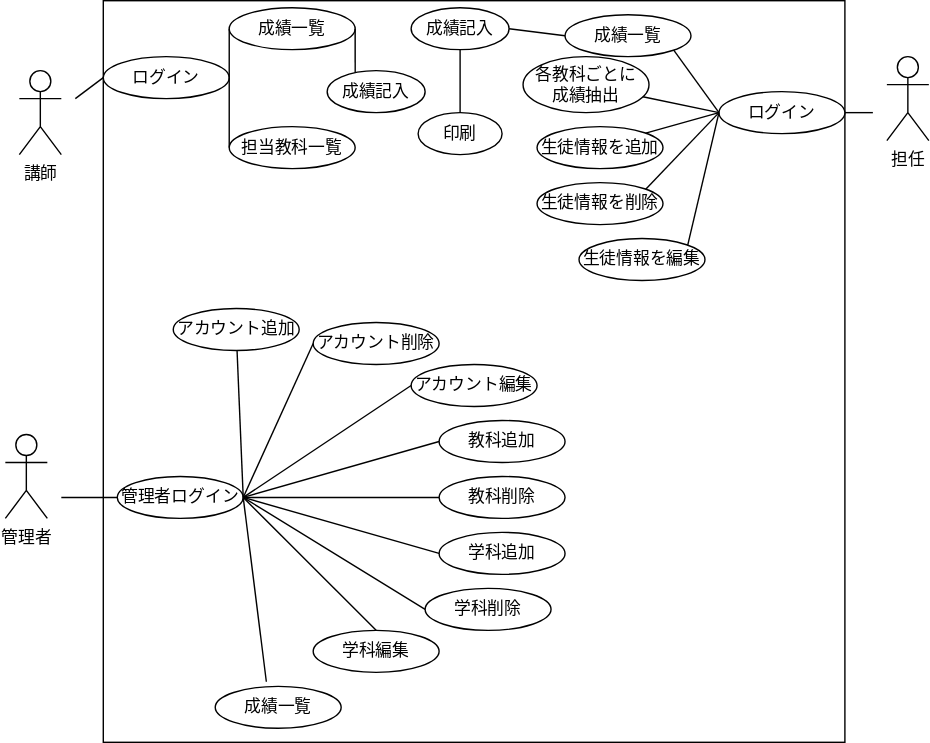
Earlier version of the draw.io export a.drawio.svg (nakamachiJP/uml-introduction). Source tidied: cells renumbered, new cells last; positions are measured from the earlier drawing's top-left corner, leaving out a move shared by most shapes.
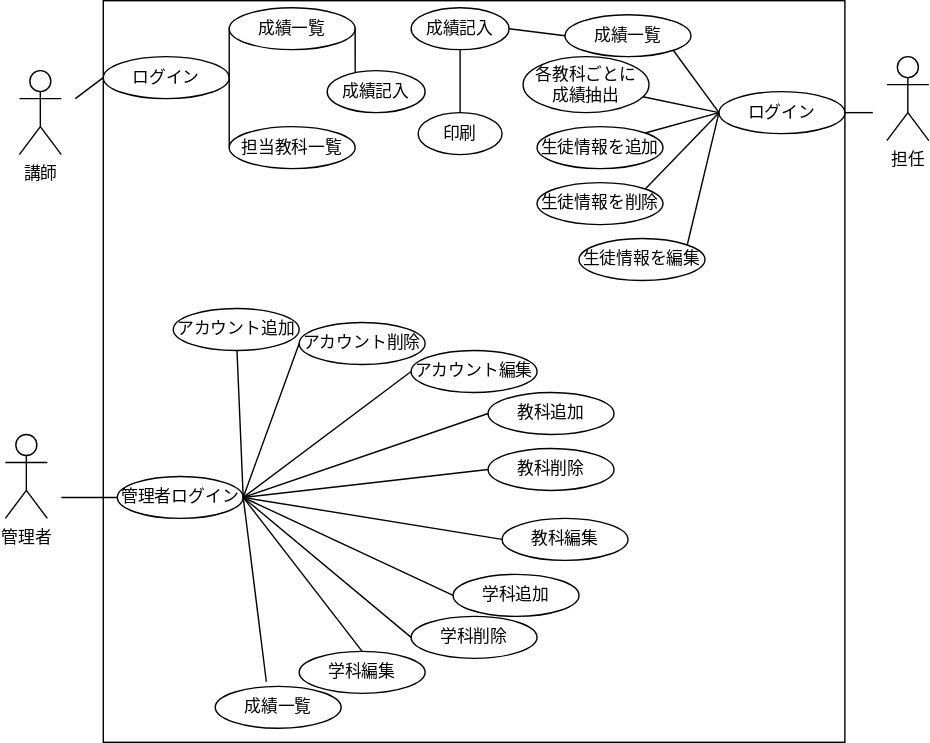
The same file after the commit.

What changed in the source:
```diff
@@ -29,13 +29,13 @@
       <mxGeometry x="120" y="220" width="90" height="30" as="geometry" />
     </mxCell>
     <mxCell id="10" value="アカウント削除" style="ellipse;whiteSpace=wrap;html=1;" parent="1" vertex="1">
-      <mxGeometry x="220" y="230" width="90" height="30" as="geometry" />
+      <mxGeometry x="210" y="230" width="90" height="30" as="geometry" />
     </mxCell>
     <mxCell id="11" value="アカウント編集" style="ellipse;whiteSpace=wrap;html=1;" parent="1" vertex="1">
-      <mxGeometry x="290" y="260" width="90" height="30" as="geometry" />
+      <mxGeometry x="290" y="250" width="90" height="30" as="geometry" />
     </mxCell>
     <mxCell id="12" value="教科追加" style="ellipse;whiteSpace=wrap;html=1;" parent="1" vertex="1">
-      <mxGeometry x="310" y="300" width="90" height="30" as="geometry" />
+      <mxGeometry x="345" y="280" width="90" height="30" as="geometry" />
     </mxCell>
     <mxCell id="13" value="生徒情報を追加" style="ellipse;whiteSpace=wrap;html=1;" parent="1" vertex="1">
       <mxGeometry x="380" y="90" width="90" height="30" as="geometry" />
@@ -87,7 +87,7 @@
       <mxGeometry x="410" y="170" width="90" height="30" as="geometry" />
     </mxCell>
     <mxCell id="28" value="学科追加" style="ellipse;whiteSpace=wrap;html=1;" parent="1" vertex="1">
-      <mxGeometry x="310" y="380" width="90" height="30" as="geometry" />
+      <mxGeometry x="320" y="410" width="90" height="30" as="geometry" />
     </mxCell>
     <mxCell id="29" style="endArrow=none;html=1;entryX=0;entryY=0.5;entryDx=0;entryDy=0;exitX=1;exitY=0.5;exitDx=0;exitDy=0;" parent="1" edge="1" source="7" target="12">
       <mxGeometry relative="1" as="geometry" />
@@ -96,10 +96,10 @@
       <mxGeometry relative="1" as="geometry" />
     </mxCell>
     <mxCell id="31" value="学科削除" style="ellipse;whiteSpace=wrap;html=1;" parent="1" vertex="1">
-      <mxGeometry x="300" y="420" width="90" height="30" as="geometry" />
+      <mxGeometry x="290" y="440" width="90" height="30" as="geometry" />
     </mxCell>
     <mxCell id="32" value="学科編集" style="ellipse;whiteSpace=wrap;html=1;" parent="1" vertex="1">
-      <mxGeometry x="220" y="450" width="90" height="30" as="geometry" />
+      <mxGeometry x="210" y="465" width="90" height="30" as="geometry" />
     </mxCell>
     <mxCell id="33" style="endArrow=none;html=1;exitX=1;exitY=0.5;exitDx=0;exitDy=0;entryX=0;entryY=0.5;entryDx=0;entryDy=0;" parent="1" edge="1" source="7" target="31">
       <mxGeometry relative="1" as="geometry" />
@@ -147,10 +147,16 @@
       <mxGeometry relative="1" as="geometry" />
     </mxCell>
     <mxCell id="48" value="教科削除" style="ellipse;whiteSpace=wrap;html=1;" parent="1" vertex="1">
-      <mxGeometry x="310" y="340" width="90" height="30" as="geometry" />
+      <mxGeometry x="345" y="320" width="90" height="30" as="geometry" />
     </mxCell>
     <mxCell id="49" style="endArrow=none;html=1;entryX=0;entryY=0.5;entryDx=0;entryDy=0;exitX=1;exitY=0.5;exitDx=0;exitDy=0;" parent="1" edge="1" source="7" target="48">
       <mxGeometry relative="1" as="geometry" />
     </mxCell>
+    <mxCell id="50" value="教科編集" style="ellipse;whiteSpace=wrap;html=1;" parent="1" vertex="1">
+      <mxGeometry x="355" y="370" width="90" height="30" as="geometry" />
+    </mxCell>
+    <mxCell id="51" style="endArrow=none;html=1;entryX=0;entryY=0.5;entryDx=0;entryDy=0;exitX=1;exitY=0.5;exitDx=0;exitDy=0;" parent="1" edge="1" source="7" target="50">
+      <mxGeometry relative="1" as="geometry" />
+    </mxCell>
   </root>
 </mxGraphModel>
```
